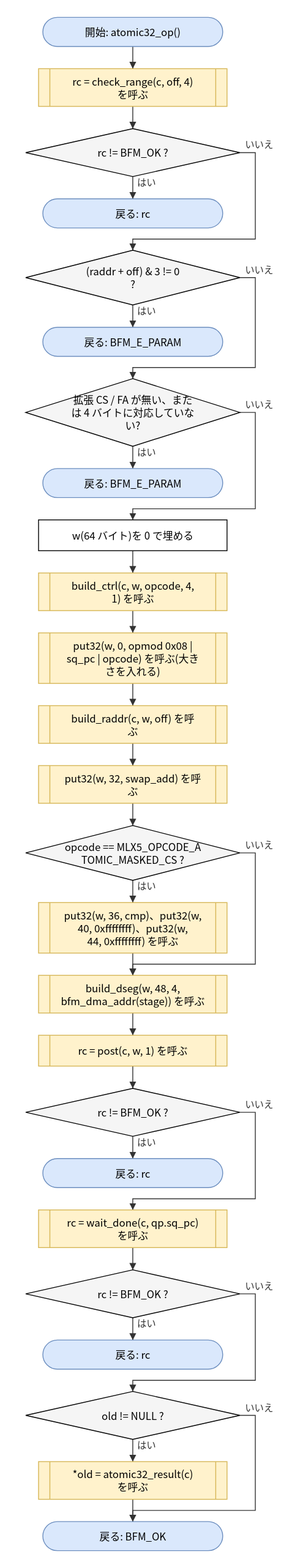
Before: doc/spec/images/flow_src_bfm_ops-atomic32_op.drawio.svg, a diagram exported from draw.io (hf355051012-ai/bfmem). Source tidied: cells renumbered, new cells last; positions are measured from the earlier drawing's top-left corner, leaving out a move shared by most shapes. The source it was exported from:
```xml
<mxGraphModel>
  <root>
    <mxCell id="0" />
    <mxCell id="1" parent="0" />
    <mxCell id="2" value="開始: atomic32_op()" style="rounded=1;arcSize=50;whiteSpace=wrap;html=1;fillColor=#dae8fc;strokeColor=#6c8ebf;" parent="1" vertex="1">
      <mxGeometry x="20" width="210" height="34" as="geometry" />
    </mxCell>
    <mxCell id="3" value="rc = check_range(c, off, 4)&lt;br&gt;を呼ぶ" style="shape=process;whiteSpace=wrap;html=1;backgroundOutline=1;size=0.06;fillColor=#fff2cc;strokeColor=#d6b656;" parent="1" vertex="1">
      <mxGeometry x="15" y="60" width="220" height="44" as="geometry" />
    </mxCell>
    <mxCell id="4" value="rc != BFM_OK ?" style="rhombus;whiteSpace=wrap;html=1;fillColor=#f5f5f5;" parent="1" vertex="1">
      <mxGeometry y="130" width="250" height="56" as="geometry" />
    </mxCell>
    <mxCell id="5" value="戻る: rc" style="rounded=1;arcSize=50;whiteSpace=wrap;html=1;fillColor=#dae8fc;strokeColor=#6c8ebf;" parent="1" vertex="1">
      <mxGeometry x="20" y="212" width="210" height="34" as="geometry" />
    </mxCell>
    <mxCell id="6" value="(raddr + off) &amp;amp; 3 != 0&lt;br&gt;?" style="rhombus;whiteSpace=wrap;html=1;fillColor=#f5f5f5;" parent="1" vertex="1">
      <mxGeometry y="272" width="250" height="64" as="geometry" />
    </mxCell>
    <mxCell id="7" value="戻る: BFM_E_PARAM" style="rounded=1;arcSize=50;whiteSpace=wrap;html=1;fillColor=#dae8fc;strokeColor=#6c8ebf;" parent="1" vertex="1">
      <mxGeometry x="20" y="362" width="210" height="34" as="geometry" />
    </mxCell>
    <mxCell id="8" value="拡張 CS / FA が無い、また&lt;br&gt;は 4 バイトに対応していな&lt;br&gt;い?" style="rhombus;whiteSpace=wrap;html=1;fillColor=#f5f5f5;" parent="1" vertex="1">
      <mxGeometry y="422" width="250" height="79" as="geometry" />
    </mxCell>
    <mxCell id="9" value="戻る: BFM_E_PARAM" style="rounded=1;arcSize=50;whiteSpace=wrap;html=1;fillColor=#dae8fc;strokeColor=#6c8ebf;" parent="1" vertex="1">
      <mxGeometry x="20" y="527" width="210" height="34" as="geometry" />
    </mxCell>
    <mxCell id="10" value="w(64 バイト)を 0 で埋める" style="rounded=0;whiteSpace=wrap;html=1;" parent="1" vertex="1">
      <mxGeometry x="15" y="587" width="220" height="36" as="geometry" />
    </mxCell>
    <mxCell id="11" value="build_ctrl(c, w, opcode, 4,&lt;br&gt;1) を呼ぶ" style="shape=process;whiteSpace=wrap;html=1;backgroundOutline=1;size=0.06;fillColor=#fff2cc;strokeColor=#d6b656;" parent="1" vertex="1">
      <mxGeometry x="15" y="649" width="220" height="44" as="geometry" />
    </mxCell>
    <mxCell id="12" value="put32(w, 0, opmod 0x08 |&lt;br&gt;sq_pc | opcode) を呼ぶ(大き&lt;br&gt;さを入れる)" style="shape=process;whiteSpace=wrap;html=1;backgroundOutline=1;size=0.06;fillColor=#fff2cc;strokeColor=#d6b656;" parent="1" vertex="1">
      <mxGeometry x="15" y="719" width="220" height="59" as="geometry" />
    </mxCell>
    <mxCell id="13" value="build_raddr(c, w, off) を呼&lt;br&gt;ぶ" style="shape=process;whiteSpace=wrap;html=1;backgroundOutline=1;size=0.06;fillColor=#fff2cc;strokeColor=#d6b656;" parent="1" vertex="1">
      <mxGeometry x="15" y="804" width="220" height="44" as="geometry" />
    </mxCell>
    <mxCell id="14" value="put32(w, 32, swap_add) を呼&lt;br&gt;ぶ" style="shape=process;whiteSpace=wrap;html=1;backgroundOutline=1;size=0.06;fillColor=#fff2cc;strokeColor=#d6b656;" parent="1" vertex="1">
      <mxGeometry x="15" y="874" width="220" height="44" as="geometry" />
    </mxCell>
    <mxCell id="15" value="opcode == MLX5_OPCODE_A&lt;br&gt;TOMIC_MASKED_CS ?" style="rhombus;whiteSpace=wrap;html=1;fillColor=#f5f5f5;" parent="1" vertex="1">
      <mxGeometry y="944" width="250" height="64" as="geometry" />
    </mxCell>
    <mxCell id="16" value="put32(w, 36, cmp)、put32(w,&lt;br&gt;40, 0xffffffff)、put32(w,&lt;br&gt;44, 0xffffffff) を呼ぶ" style="shape=process;whiteSpace=wrap;html=1;backgroundOutline=1;size=0.06;fillColor=#fff2cc;strokeColor=#d6b656;" parent="1" vertex="1">
      <mxGeometry x="15" y="1034" width="220" height="59" as="geometry" />
    </mxCell>
    <mxCell id="17" value="build_dseg(w, 48, 4,&lt;br&gt;bfm_dma_addr(stage)) を呼ぶ" style="shape=process;whiteSpace=wrap;html=1;backgroundOutline=1;size=0.06;fillColor=#fff2cc;strokeColor=#d6b656;" parent="1" vertex="1">
      <mxGeometry x="15" y="1119" width="220" height="44" as="geometry" />
    </mxCell>
    <mxCell id="18" value="rc = post(c, w, 1) を呼ぶ" style="shape=process;whiteSpace=wrap;html=1;backgroundOutline=1;size=0.06;fillColor=#fff2cc;strokeColor=#d6b656;" parent="1" vertex="1">
      <mxGeometry x="15" y="1189" width="220" height="36" as="geometry" />
    </mxCell>
    <mxCell id="19" value="rc != BFM_OK ?" style="rhombus;whiteSpace=wrap;html=1;fillColor=#f5f5f5;" parent="1" vertex="1">
      <mxGeometry y="1251" width="250" height="56" as="geometry" />
    </mxCell>
    <mxCell id="20" value="戻る: rc" style="rounded=1;arcSize=50;whiteSpace=wrap;html=1;fillColor=#dae8fc;strokeColor=#6c8ebf;" parent="1" vertex="1">
      <mxGeometry x="20" y="1333" width="210" height="34" as="geometry" />
    </mxCell>
    <mxCell id="21" value="rc = wait_done(c, qp.sq_pc)&lt;br&gt;を呼ぶ" style="shape=process;whiteSpace=wrap;html=1;backgroundOutline=1;size=0.06;fillColor=#fff2cc;strokeColor=#d6b656;" parent="1" vertex="1">
      <mxGeometry x="15" y="1393" width="220" height="44" as="geometry" />
    </mxCell>
    <mxCell id="22" value="rc != BFM_OK ?" style="rhombus;whiteSpace=wrap;html=1;fillColor=#f5f5f5;" parent="1" vertex="1">
      <mxGeometry y="1463" width="250" height="56" as="geometry" />
    </mxCell>
    <mxCell id="23" value="戻る: rc" style="rounded=1;arcSize=50;whiteSpace=wrap;html=1;fillColor=#dae8fc;strokeColor=#6c8ebf;" parent="1" vertex="1">
      <mxGeometry x="20" y="1545" width="210" height="34" as="geometry" />
    </mxCell>
    <mxCell id="24" value="old != NULL ?" style="rhombus;whiteSpace=wrap;html=1;fillColor=#f5f5f5;" parent="1" vertex="1">
      <mxGeometry y="1605" width="250" height="56" as="geometry" />
    </mxCell>
    <mxCell id="25" value="*old = atomic32_result(c)&lt;br&gt;を呼ぶ" style="shape=process;whiteSpace=wrap;html=1;backgroundOutline=1;size=0.06;fillColor=#fff2cc;strokeColor=#d6b656;" parent="1" vertex="1">
      <mxGeometry x="15" y="1687" width="220" height="44" as="geometry" />
    </mxCell>
    <mxCell id="26" value="戻る: BFM_OK" style="rounded=1;arcSize=50;whiteSpace=wrap;html=1;fillColor=#dae8fc;strokeColor=#6c8ebf;" parent="1" vertex="1">
      <mxGeometry x="20" y="1757" width="210" height="34" as="geometry" />
    </mxCell>
    <mxCell id="27" style="edgeStyle=none;html=1;rounded=0;endArrow=block;endFill=1;exitX=0.5000;exitY=1.0000;exitDx=0;exitDy=0;exitPerimeter=0;entryX=0.5000;entryY=0.0000;entryDx=0;entryDy=0;entryPerimeter=0;" parent="1" edge="1" source="2" target="3">
      <mxGeometry relative="1" as="geometry" />
    </mxCell>
    <mxCell id="28" style="edgeStyle=none;html=1;rounded=0;endArrow=block;endFill=1;exitX=0.5000;exitY=1.0000;exitDx=0;exitDy=0;exitPerimeter=0;entryX=0.5000;entryY=0.0000;entryDx=0;entryDy=0;entryPerimeter=0;" parent="1" edge="1" source="3" target="4">
      <mxGeometry relative="1" as="geometry" />
    </mxCell>
    <mxCell id="29" value="はい" style="edgeStyle=none;html=1;rounded=0;endArrow=block;endFill=1;exitX=0.5000;exitY=1.0000;exitDx=0;exitDy=0;exitPerimeter=0;entryX=0.5000;entryY=0.0000;entryDx=0;entryDy=0;entryPerimeter=0;" parent="1" edge="1" source="4" target="5">
      <mxGeometry relative="1" as="geometry" />
    </mxCell>
    <mxCell id="30" value="いいえ" style="edgeStyle=none;html=1;rounded=0;endArrow=block;endFill=1;exitX=1.0000;exitY=0.5000;exitDx=0;exitDy=0;exitPerimeter=0;entryX=0.5000;entryY=0.0000;entryDx=0;entryDy=0;entryPerimeter=0;" parent="1" edge="1" source="4" target="6">
      <mxGeometry relative="1" as="geometry">
        <Array as="points">
          <mxPoint x="268" y="158" />
          <mxPoint x="268" y="259" />
          <mxPoint x="125" y="259" />
        </Array>
      </mxGeometry>
    </mxCell>
    <mxCell id="31" value="はい" style="edgeStyle=none;html=1;rounded=0;endArrow=block;endFill=1;exitX=0.5000;exitY=1.0000;exitDx=0;exitDy=0;exitPerimeter=0;entryX=0.5000;entryY=0.0000;entryDx=0;entryDy=0;entryPerimeter=0;" parent="1" edge="1" source="6" target="7">
      <mxGeometry relative="1" as="geometry" />
    </mxCell>
    <mxCell id="32" value="いいえ" style="edgeStyle=none;html=1;rounded=0;endArrow=block;endFill=1;exitX=1.0000;exitY=0.5000;exitDx=0;exitDy=0;exitPerimeter=0;entryX=0.5000;entryY=0.0000;entryDx=0;entryDy=0;entryPerimeter=0;" parent="1" edge="1" source="6" target="8">
      <mxGeometry relative="1" as="geometry">
        <Array as="points">
          <mxPoint x="268" y="304" />
          <mxPoint x="268" y="409" />
          <mxPoint x="125" y="409" />
        </Array>
      </mxGeometry>
    </mxCell>
    <mxCell id="33" value="はい" style="edgeStyle=none;html=1;rounded=0;endArrow=block;endFill=1;exitX=0.5000;exitY=1.0000;exitDx=0;exitDy=0;exitPerimeter=0;entryX=0.5000;entryY=0.0000;entryDx=0;entryDy=0;entryPerimeter=0;" parent="1" edge="1" source="8" target="9">
      <mxGeometry relative="1" as="geometry" />
    </mxCell>
    <mxCell id="34" value="いいえ" style="edgeStyle=none;html=1;rounded=0;endArrow=block;endFill=1;exitX=1.0000;exitY=0.5000;exitDx=0;exitDy=0;exitPerimeter=0;entryX=0.5000;entryY=0.0000;entryDx=0;entryDy=0;entryPerimeter=0;" parent="1" edge="1" source="8" target="10">
      <mxGeometry relative="1" as="geometry">
        <Array as="points">
          <mxPoint x="268" y="461.5" />
          <mxPoint x="268" y="574" />
          <mxPoint x="125" y="574" />
        </Array>
      </mxGeometry>
    </mxCell>
    <mxCell id="35" style="edgeStyle=none;html=1;rounded=0;endArrow=block;endFill=1;exitX=0.5000;exitY=1.0000;exitDx=0;exitDy=0;exitPerimeter=0;entryX=0.5000;entryY=0.0000;entryDx=0;entryDy=0;entryPerimeter=0;" parent="1" edge="1" source="10" target="11">
      <mxGeometry relative="1" as="geometry" />
    </mxCell>
    <mxCell id="36" style="edgeStyle=none;html=1;rounded=0;endArrow=block;endFill=1;exitX=0.5000;exitY=1.0000;exitDx=0;exitDy=0;exitPerimeter=0;entryX=0.5000;entryY=0.0000;entryDx=0;entryDy=0;entryPerimeter=0;" parent="1" edge="1" source="11" target="12">
      <mxGeometry relative="1" as="geometry" />
    </mxCell>
    <mxCell id="37" style="edgeStyle=none;html=1;rounded=0;endArrow=block;endFill=1;exitX=0.5000;exitY=1.0000;exitDx=0;exitDy=0;exitPerimeter=0;entryX=0.5000;entryY=0.0000;entryDx=0;entryDy=0;entryPerimeter=0;" parent="1" edge="1" source="12" target="13">
      <mxGeometry relative="1" as="geometry" />
    </mxCell>
    <mxCell id="38" style="edgeStyle=none;html=1;rounded=0;endArrow=block;endFill=1;exitX=0.5000;exitY=1.0000;exitDx=0;exitDy=0;exitPerimeter=0;entryX=0.5000;entryY=0.0000;entryDx=0;entryDy=0;entryPerimeter=0;" parent="1" edge="1" source="13" target="14">
      <mxGeometry relative="1" as="geometry" />
    </mxCell>
    <mxCell id="39" style="edgeStyle=none;html=1;rounded=0;endArrow=block;endFill=1;exitX=0.5000;exitY=1.0000;exitDx=0;exitDy=0;exitPerimeter=0;entryX=0.5000;entryY=0.0000;entryDx=0;entryDy=0;entryPerimeter=0;" parent="1" edge="1" source="14" target="15">
      <mxGeometry relative="1" as="geometry" />
    </mxCell>
    <mxCell id="40" value="はい" style="edgeStyle=none;html=1;rounded=0;endArrow=block;endFill=1;exitX=0.5000;exitY=1.0000;exitDx=0;exitDy=0;exitPerimeter=0;entryX=0.5000;entryY=0.0000;entryDx=0;entryDy=0;entryPerimeter=0;" parent="1" edge="1" source="15" target="16">
      <mxGeometry relative="1" as="geometry" />
    </mxCell>
    <mxCell id="41" style="edgeStyle=none;html=1;rounded=0;endArrow=block;endFill=1;exitX=0.5000;exitY=1.0000;exitDx=0;exitDy=0;exitPerimeter=0;entryX=0.5000;entryY=0.0000;entryDx=0;entryDy=0;entryPerimeter=0;" parent="1" edge="1" source="16" target="17">
      <mxGeometry relative="1" as="geometry" />
    </mxCell>
    <mxCell id="42" value="いいえ" style="edgeStyle=none;html=1;rounded=0;endArrow=block;endFill=1;exitX=1.0000;exitY=0.5000;exitDx=0;exitDy=0;exitPerimeter=0;entryX=0.5000;entryY=0.0000;entryDx=0;entryDy=0;entryPerimeter=0;" parent="1" edge="1" source="15" target="17">
      <mxGeometry relative="1" as="geometry">
        <Array as="points">
          <mxPoint x="268" y="976" />
          <mxPoint x="268" y="1106" />
          <mxPoint x="125" y="1106" />
        </Array>
      </mxGeometry>
    </mxCell>
    <mxCell id="43" style="edgeStyle=none;html=1;rounded=0;endArrow=block;endFill=1;exitX=0.5000;exitY=1.0000;exitDx=0;exitDy=0;exitPerimeter=0;entryX=0.5000;entryY=0.0000;entryDx=0;entryDy=0;entryPerimeter=0;" parent="1" edge="1" source="17" target="18">
      <mxGeometry relative="1" as="geometry" />
    </mxCell>
    <mxCell id="44" style="edgeStyle=none;html=1;rounded=0;endArrow=block;endFill=1;exitX=0.5000;exitY=1.0000;exitDx=0;exitDy=0;exitPerimeter=0;entryX=0.5000;entryY=0.0000;entryDx=0;entryDy=0;entryPerimeter=0;" parent="1" edge="1" source="18" target="19">
      <mxGeometry relative="1" as="geometry" />
    </mxCell>
    <mxCell id="45" value="はい" style="edgeStyle=none;html=1;rounded=0;endArrow=block;endFill=1;exitX=0.5000;exitY=1.0000;exitDx=0;exitDy=0;exitPerimeter=0;entryX=0.5000;entryY=0.0000;entryDx=0;entryDy=0;entryPerimeter=0;" parent="1" edge="1" source="19" target="20">
      <mxGeometry relative="1" as="geometry" />
    </mxCell>
    <mxCell id="46" value="いいえ" style="edgeStyle=none;html=1;rounded=0;endArrow=block;endFill=1;exitX=1.0000;exitY=0.5000;exitDx=0;exitDy=0;exitPerimeter=0;entryX=0.5000;entryY=0.0000;entryDx=0;entryDy=0;entryPerimeter=0;" parent="1" edge="1" source="19" target="21">
      <mxGeometry relative="1" as="geometry">
        <Array as="points">
          <mxPoint x="268" y="1279" />
          <mxPoint x="268" y="1380" />
          <mxPoint x="125" y="1380" />
        </Array>
      </mxGeometry>
    </mxCell>
    <mxCell id="47" style="edgeStyle=none;html=1;rounded=0;endArrow=block;endFill=1;exitX=0.5000;exitY=1.0000;exitDx=0;exitDy=0;exitPerimeter=0;entryX=0.5000;entryY=0.0000;entryDx=0;entryDy=0;entryPerimeter=0;" parent="1" edge="1" source="21" target="22">
      <mxGeometry relative="1" as="geometry" />
    </mxCell>
    <mxCell id="48" value="はい" style="edgeStyle=none;html=1;rounded=0;endArrow=block;endFill=1;exitX=0.5000;exitY=1.0000;exitDx=0;exitDy=0;exitPerimeter=0;entryX=0.5000;entryY=0.0000;entryDx=0;entryDy=0;entryPerimeter=0;" parent="1" edge="1" source="22" target="23">
      <mxGeometry relative="1" as="geometry" />
    </mxCell>
    <mxCell id="49" value="いいえ" style="edgeStyle=none;html=1;rounded=0;endArrow=block;endFill=1;exitX=1.0000;exitY=0.5000;exitDx=0;exitDy=0;exitPerimeter=0;entryX=0.5000;entryY=0.0000;entryDx=0;entryDy=0;entryPerimeter=0;" parent="1" edge="1" source="22" target="24">
      <mxGeometry relative="1" as="geometry">
        <Array as="points">
          <mxPoint x="268" y="1491" />
          <mxPoint x="268" y="1592" />
          <mxPoint x="125" y="1592" />
        </Array>
      </mxGeometry>
    </mxCell>
    <mxCell id="50" value="はい" style="edgeStyle=none;html=1;rounded=0;endArrow=block;endFill=1;exitX=0.5000;exitY=1.0000;exitDx=0;exitDy=0;exitPerimeter=0;entryX=0.5000;entryY=0.0000;entryDx=0;entryDy=0;entryPerimeter=0;" parent="1" edge="1" source="24" target="25">
      <mxGeometry relative="1" as="geometry" />
    </mxCell>
    <mxCell id="51" style="edgeStyle=none;html=1;rounded=0;endArrow=block;endFill=1;exitX=0.5000;exitY=1.0000;exitDx=0;exitDy=0;exitPerimeter=0;entryX=0.5000;entryY=0.0000;entryDx=0;entryDy=0;entryPerimeter=0;" parent="1" edge="1" source="25" target="26">
      <mxGeometry relative="1" as="geometry" />
    </mxCell>
    <mxCell id="52" value="いいえ" style="edgeStyle=none;html=1;rounded=0;endArrow=block;endFill=1;exitX=1.0000;exitY=0.5000;exitDx=0;exitDy=0;exitPerimeter=0;entryX=0.5000;entryY=0.0000;entryDx=0;entryDy=0;entryPerimeter=0;" parent="1" edge="1" source="24" target="26">
      <mxGeometry relative="1" as="geometry">
        <Array as="points">
          <mxPoint x="268" y="1633" />
          <mxPoint x="268" y="1744" />
          <mxPoint x="125" y="1744" />
        </Array>
      </mxGeometry>
    </mxCell>
  </root>
</mxGraphModel>
```
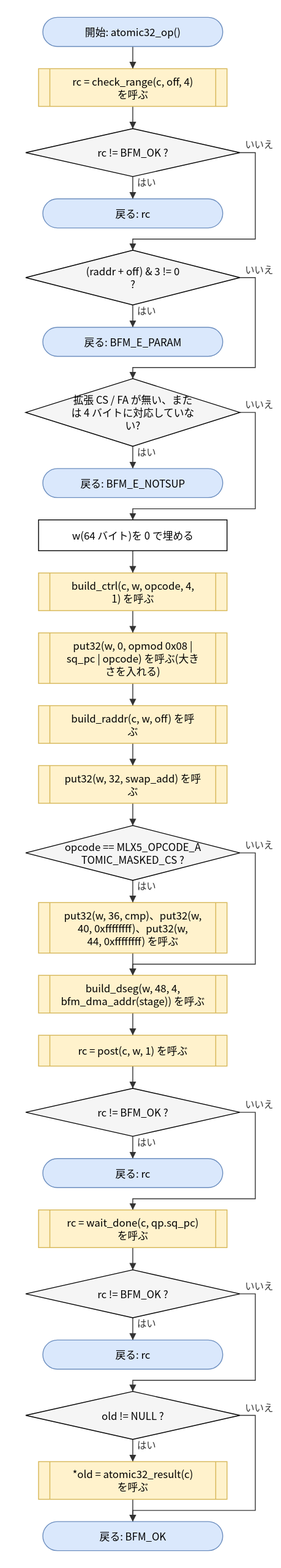
After the change.

What changed in the source:
```diff
@@ -23,7 +23,7 @@
     <mxCell id="8" value="拡張 CS / FA が無い、また&lt;br&gt;は 4 バイトに対応していな&lt;br&gt;い?" style="rhombus;whiteSpace=wrap;html=1;fillColor=#f5f5f5;" parent="1" vertex="1">
       <mxGeometry y="422" width="250" height="79" as="geometry" />
     </mxCell>
-    <mxCell id="9" value="戻る: BFM_E_PARAM" style="rounded=1;arcSize=50;whiteSpace=wrap;html=1;fillColor=#dae8fc;strokeColor=#6c8ebf;" parent="1" vertex="1">
+    <mxCell id="9" value="戻る: BFM_E_NOTSUP" style="rounded=1;arcSize=50;whiteSpace=wrap;html=1;fillColor=#dae8fc;strokeColor=#6c8ebf;" parent="1" vertex="1">
       <mxGeometry x="20" y="527" width="210" height="34" as="geometry" />
     </mxCell>
     <mxCell id="10" value="w(64 バイト)を 0 で埋める" style="rounded=0;whiteSpace=wrap;html=1;" parent="1" vertex="1">
```
